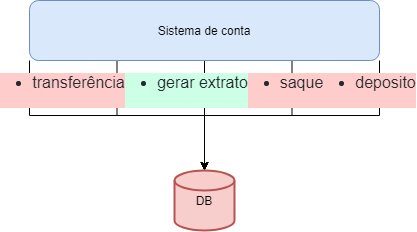
The draw.io diagram files/tradicional.png in rafaeldias97/MicroServiceExample, before a commit. Source tidied: cells renumbered, new cells last; positions are measured from the earlier drawing's top-left corner, leaving out a move shared by most shapes. The source it was exported from:
```xml
<mxGraphModel>
  <root>
    <mxCell id="0" />
    <mxCell id="1" parent="0" />
    <mxCell id="2" style="edgeStyle=orthogonalEdgeStyle;rounded=0;jettySize=auto;html=1;exitX=0.25;exitY=1;exitDx=0;exitDy=0;" parent="1" edge="1" source="8" target="9">
      <mxGeometry relative="1" as="geometry" />
    </mxCell>
    <mxCell id="3" style="edgeStyle=orthogonalEdgeStyle;rounded=0;jettySize=auto;html=1;exitX=0.75;exitY=1;exitDx=0;exitDy=0;entryX=0.5;entryY=0;entryDx=0;entryDy=0;entryPerimeter=0;" parent="1" edge="1" source="8" target="9">
      <mxGeometry relative="1" as="geometry" />
    </mxCell>
    <mxCell id="4" style="edgeStyle=orthogonalEdgeStyle;rounded=0;jettySize=auto;html=1;exitX=1;exitY=1;exitDx=0;exitDy=0;entryX=0.5;entryY=0;entryDx=0;entryDy=0;entryPerimeter=0;" parent="1" edge="1" source="8" target="9">
      <mxGeometry relative="1" as="geometry" />
    </mxCell>
    <mxCell id="5" style="edgeStyle=orthogonalEdgeStyle;rounded=0;jettySize=auto;html=1;exitX=0;exitY=1;exitDx=0;exitDy=0;entryX=0.5;entryY=0;entryDx=0;entryDy=0;entryPerimeter=0;" parent="1" edge="1" source="8" target="9">
      <mxGeometry relative="1" as="geometry" />
    </mxCell>
    <mxCell id="6" value="&lt;ul style=&quot;box-sizing: border-box ; margin: 0px 0px 16px ; padding: 0px 0px 0px 2em ; color: rgb(36 , 41 , 46) ; font-family: , &amp;quot;blinkmacsystemfont&amp;quot; , &amp;quot;segoe ui&amp;quot; , &amp;quot;helvetica&amp;quot; , &amp;quot;arial&amp;quot; , sans-serif , &amp;quot;apple color emoji&amp;quot; , &amp;quot;segoe ui emoji&amp;quot; , &amp;quot;segoe ui symbol&amp;quot; ; font-size: 16px&quot;&gt;&lt;li style=&quot;box-sizing: border-box ; margin: 0px ; padding: 0px&quot;&gt;transferência&lt;/li&gt;&lt;/ul&gt;" style="edgeLabel;html=1;align=center;verticalAlign=middle;rotation=0;labelBackgroundColor=#FFCCCC;" parent="5" vertex="1">
      <mxGeometry x="-0.68" relative="1" as="geometry">
        <mxPoint x="33" y="-15.8" as="offset" />
      </mxGeometry>
    </mxCell>
    <mxCell id="7" style="edgeStyle=orthogonalEdgeStyle;rounded=0;jettySize=auto;html=1;exitX=0.5;exitY=1;exitDx=0;exitDy=0;" parent="1" edge="1" source="8" target="9">
      <mxGeometry relative="1" as="geometry" />
    </mxCell>
    <mxCell id="8" value="Sistema de conta" style="rounded=1;whiteSpace=wrap;html=1;fillColor=#dae8fc;strokeColor=#6c8ebf;" parent="1" vertex="1">
      <mxGeometry width="350" height="60" as="geometry" />
    </mxCell>
    <mxCell id="9" value="DB" style="strokeWidth=2;html=1;shape=mxgraph.flowchart.database;whiteSpace=wrap;fillColor=#f8cecc;strokeColor=#b85450;" parent="1" vertex="1">
      <mxGeometry x="145" y="170" width="60" height="60" as="geometry" />
    </mxCell>
    <mxCell id="10" value="&lt;ul style=&quot;box-sizing: border-box ; margin: 0px 0px 16px ; padding: 0px 0px 0px 2em ; color: rgb(36 , 41 , 46) ; font-family: , &amp;quot;blinkmacsystemfont&amp;quot; , &amp;quot;segoe ui&amp;quot; , &amp;quot;helvetica&amp;quot; , &amp;quot;arial&amp;quot; , sans-serif , &amp;quot;apple color emoji&amp;quot; , &amp;quot;segoe ui emoji&amp;quot; , &amp;quot;segoe ui symbol&amp;quot; ; font-size: 16px&quot;&gt;&lt;li style=&quot;box-sizing: border-box ; margin: 0px ; padding: 0px&quot;&gt;gerar extrato&lt;/li&gt;&lt;/ul&gt;" style="edgeLabel;html=1;align=center;verticalAlign=middle;rotation=0;labelBackgroundColor=#CCFFE6;" parent="1" vertex="1">
      <mxGeometry x="157" y="90" as="geometry" />
    </mxCell>
    <mxCell id="11" value="&lt;ul style=&quot;box-sizing: border-box ; margin: 0px 0px 16px ; padding: 0px 0px 0px 2em ; color: rgb(36 , 41 , 46) ; font-family: , &amp;quot;blinkmacsystemfont&amp;quot; , &amp;quot;segoe ui&amp;quot; , &amp;quot;helvetica&amp;quot; , &amp;quot;arial&amp;quot; , sans-serif , &amp;quot;apple color emoji&amp;quot; , &amp;quot;segoe ui emoji&amp;quot; , &amp;quot;segoe ui symbol&amp;quot; ; font-size: 16px&quot;&gt;&lt;li style=&quot;box-sizing: border-box ; margin: 0px ; padding: 0px&quot;&gt;saque&lt;/li&gt;&lt;/ul&gt;" style="edgeLabel;html=1;align=center;verticalAlign=middle;rotation=0;labelBackgroundColor=#FFCCCC;" parent="1" vertex="1">
      <mxGeometry x="256" y="90" as="geometry" />
    </mxCell>
    <mxCell id="12" value="&lt;ul style=&quot;box-sizing: border-box ; margin: 0px 0px 16px ; padding: 0px 0px 0px 2em ; color: rgb(36 , 41 , 46) ; font-family: , &amp;quot;blinkmacsystemfont&amp;quot; , &amp;quot;segoe ui&amp;quot; , &amp;quot;helvetica&amp;quot; , &amp;quot;arial&amp;quot; , sans-serif , &amp;quot;apple color emoji&amp;quot; , &amp;quot;segoe ui emoji&amp;quot; , &amp;quot;segoe ui symbol&amp;quot; ; font-size: 16px&quot;&gt;&lt;li style=&quot;box-sizing: border-box ; margin: 0px ; padding: 0px&quot;&gt;deposito&lt;/li&gt;&lt;/ul&gt;" style="edgeLabel;html=1;align=center;verticalAlign=middle;rotation=0;labelBackgroundColor=#FFCCCC;" parent="1" vertex="1">
      <mxGeometry x="340" y="90" as="geometry" />
    </mxCell>
  </root>
</mxGraphModel>
```
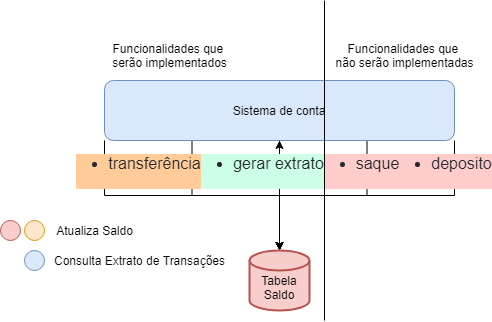
Later version of the same file.

Change to the diagram source:
```diff
@@ -14,7 +14,7 @@
     <mxCell id="5" style="edgeStyle=orthogonalEdgeStyle;rounded=0;jettySize=auto;html=1;exitX=0;exitY=1;exitDx=0;exitDy=0;entryX=0.5;entryY=0;entryDx=0;entryDy=0;entryPerimeter=0;" parent="1" edge="1" source="8" target="9">
       <mxGeometry relative="1" as="geometry" />
     </mxCell>
-    <mxCell id="6" value="&lt;ul style=&quot;box-sizing: border-box ; margin: 0px 0px 16px ; padding: 0px 0px 0px 2em ; color: rgb(36 , 41 , 46) ; font-family: , &amp;quot;blinkmacsystemfont&amp;quot; , &amp;quot;segoe ui&amp;quot; , &amp;quot;helvetica&amp;quot; , &amp;quot;arial&amp;quot; , sans-serif , &amp;quot;apple color emoji&amp;quot; , &amp;quot;segoe ui emoji&amp;quot; , &amp;quot;segoe ui symbol&amp;quot; ; font-size: 16px&quot;&gt;&lt;li style=&quot;box-sizing: border-box ; margin: 0px ; padding: 0px&quot;&gt;transferência&lt;/li&gt;&lt;/ul&gt;" style="edgeLabel;html=1;align=center;verticalAlign=middle;rotation=0;labelBackgroundColor=#FFCCCC;" parent="5" vertex="1">
+    <mxCell id="6" value="&lt;ul style=&quot;box-sizing: border-box ; margin: 0px 0px 16px ; padding: 0px 0px 0px 2em ; color: rgb(36 , 41 , 46) ; font-family: , &amp;quot;blinkmacsystemfont&amp;quot; , &amp;quot;segoe ui&amp;quot; , &amp;quot;helvetica&amp;quot; , &amp;quot;arial&amp;quot; , sans-serif , &amp;quot;apple color emoji&amp;quot; , &amp;quot;segoe ui emoji&amp;quot; , &amp;quot;segoe ui symbol&amp;quot; ; font-size: 16px&quot;&gt;&lt;li style=&quot;box-sizing: border-box ; margin: 0px ; padding: 0px&quot;&gt;transferência&lt;/li&gt;&lt;/ul&gt;" style="edgeLabel;html=1;align=center;verticalAlign=middle;rotation=0;labelBackgroundColor=#FFCC99;" parent="5" vertex="1">
       <mxGeometry x="-0.68" relative="1" as="geometry">
         <mxPoint x="33" y="-15.8" as="offset" />
       </mxGeometry>
@@ -25,7 +25,10 @@
     <mxCell id="8" value="Sistema de conta" style="rounded=1;whiteSpace=wrap;html=1;fillColor=#dae8fc;strokeColor=#6c8ebf;" parent="1" vertex="1">
       <mxGeometry width="350" height="60" as="geometry" />
     </mxCell>
+    <mxCell id="13" style="edgeStyle=orthogonalEdgeStyle;rounded=0;jettySize=auto;html=1;exitX=0.5;exitY=0;exitDx=0;exitDy=0;exitPerimeter=0;entryX=0.5;entryY=1;entryDx=0;entryDy=0;" parent="1" edge="1" source="9" target="8">
+      <mxGeometry relative="1" as="geometry" />
+    </mxCell>
-    <mxCell id="9" value="DB" style="strokeWidth=2;html=1;shape=mxgraph.flowchart.database;whiteSpace=wrap;fillColor=#f8cecc;strokeColor=#b85450;" parent="1" vertex="1">
+    <mxCell id="9" value="&lt;br&gt;Tabela&lt;br&gt;Saldo" style="strokeWidth=2;html=1;shape=mxgraph.flowchart.database;whiteSpace=wrap;fillColor=#f8cecc;strokeColor=#b85450;" parent="1" vertex="1">
       <mxGeometry x="145" y="170" width="60" height="60" as="geometry" />
     </mxCell>
     <mxCell id="10" value="&lt;ul style=&quot;box-sizing: border-box ; margin: 0px 0px 16px ; padding: 0px 0px 0px 2em ; color: rgb(36 , 41 , 46) ; font-family: , &amp;quot;blinkmacsystemfont&amp;quot; , &amp;quot;segoe ui&amp;quot; , &amp;quot;helvetica&amp;quot; , &amp;quot;arial&amp;quot; , sans-serif , &amp;quot;apple color emoji&amp;quot; , &amp;quot;segoe ui emoji&amp;quot; , &amp;quot;segoe ui symbol&amp;quot; ; font-size: 16px&quot;&gt;&lt;li style=&quot;box-sizing: border-box ; margin: 0px ; padding: 0px&quot;&gt;gerar extrato&lt;/li&gt;&lt;/ul&gt;" style="edgeLabel;html=1;align=center;verticalAlign=middle;rotation=0;labelBackgroundColor=#CCFFE6;" parent="1" vertex="1">
@@ -37,5 +40,32 @@
     <mxCell id="12" value="&lt;ul style=&quot;box-sizing: border-box ; margin: 0px 0px 16px ; padding: 0px 0px 0px 2em ; color: rgb(36 , 41 , 46) ; font-family: , &amp;quot;blinkmacsystemfont&amp;quot; , &amp;quot;segoe ui&amp;quot; , &amp;quot;helvetica&amp;quot; , &amp;quot;arial&amp;quot; , sans-serif , &amp;quot;apple color emoji&amp;quot; , &amp;quot;segoe ui emoji&amp;quot; , &amp;quot;segoe ui symbol&amp;quot; ; font-size: 16px&quot;&gt;&lt;li style=&quot;box-sizing: border-box ; margin: 0px ; padding: 0px&quot;&gt;deposito&lt;/li&gt;&lt;/ul&gt;" style="edgeLabel;html=1;align=center;verticalAlign=middle;rotation=0;labelBackgroundColor=#FFCCCC;" parent="1" vertex="1">
       <mxGeometry x="340" y="90" as="geometry" />
     </mxCell>
+    <mxCell id="14" value="Atualiza Saldo" style="text;html=1;align=center;verticalAlign=middle;" parent="1" vertex="1">
+      <mxGeometry x="-55" y="140" width="90" height="20" as="geometry" />
+    </mxCell>
+    <mxCell id="15" value="Consulta Extrato de Transações" style="text;html=1;align=center;verticalAlign=middle;" parent="1" vertex="1">
+      <mxGeometry x="-60" y="170" width="190" height="20" as="geometry" />
+    </mxCell>
+    <mxCell id="16" style="ellipse;whiteSpace=wrap;html=1;labelBackgroundColor=#FFCC99;fillColor=#ffe6cc;strokeColor=#d79b00;gradientColor=none;" parent="1" vertex="1">
+      <mxGeometry x="-80" y="140" width="20" height="20" as="geometry" />
+    </mxCell>
+    <mxCell id="17" style="ellipse;whiteSpace=wrap;html=1;labelBackgroundColor=#FFCC99;fillColor=#f8cecc;strokeColor=#b85450;gradientColor=none;" parent="1" vertex="1">
+      <mxGeometry x="-104" y="140" width="20" height="20" as="geometry" />
+    </mxCell>
+    <mxCell id="18" style="ellipse;whiteSpace=wrap;html=1;labelBackgroundColor=#FFCC99;fillColor=#dae8fc;strokeColor=#6c8ebf;gradientColor=none;" parent="1" vertex="1">
+      <mxGeometry x="-80" y="170" width="20" height="20" as="geometry" />
+    </mxCell>
+    <mxCell id="19" value="Funcionalidades que &lt;br&gt;serão implementados" style="text;html=1;align=center;verticalAlign=middle;" parent="1" vertex="1">
+      <mxGeometry y="-40" width="130" height="30" as="geometry" />
+    </mxCell>
+    <mxCell id="20" value="Funcionalidades que &lt;br&gt;não serão implementadas" style="text;html=1;align=center;verticalAlign=middle;" parent="1" vertex="1">
+      <mxGeometry x="225" y="-40" width="150" height="30" as="geometry" />
+    </mxCell>
+    <mxCell id="21" style="endArrow=none;html=1;" parent="1" edge="1">
+      <mxGeometry relative="1" as="geometry">
+        <mxPoint x="220" y="240" as="sourcePoint" />
+        <mxPoint x="220" y="-80" as="targetPoint" />
+      </mxGeometry>
+    </mxCell>
   </root>
 </mxGraphModel>
```
